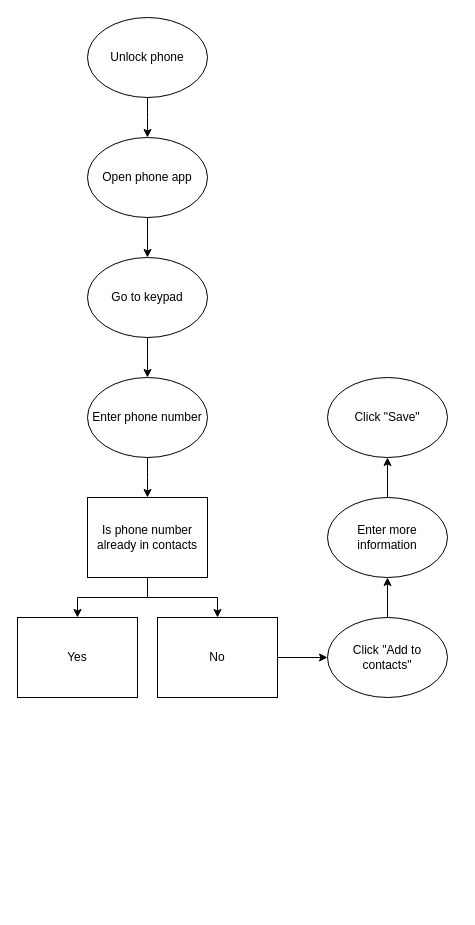
This is 2.1 Flowchart.drawio from Captain-Shady-Air/Flowcharts, a draw.io file, before an edit. Source tidied: cells renumbered, new cells numbered last; positions are measured from the earlier drawing's top-left corner, leaving out a move shared by most shapes. Both pictures are drawn from the tidied source at 100%, with x=0, y=0 at pixel (17, 17).
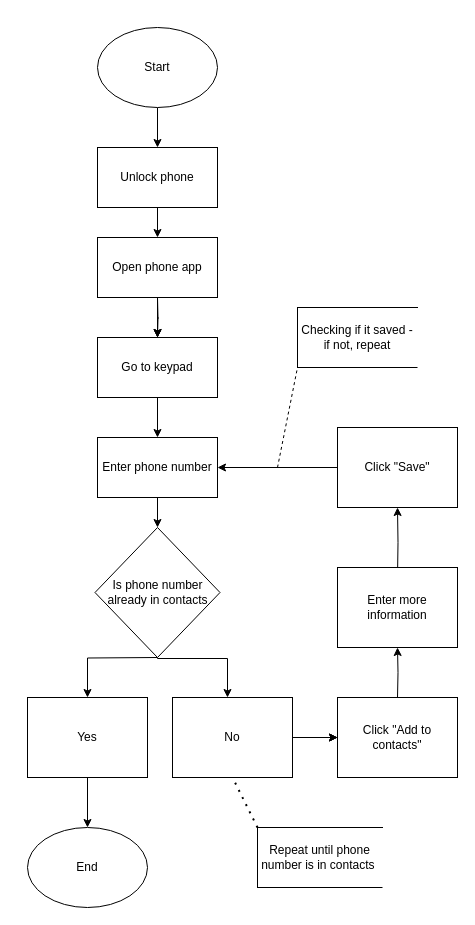
The same diagram, later.

The edit, as a diff of the source:
```diff
@@
-    <mxCell id="2" style="edgeStyle=orthogonalEdgeStyle;rounded=0;jettySize=auto;html=1;" parent="1" edge="1" source="3">
+    <mxCell id="2" style="edgeStyle=orthogonalEdgeStyle;rounded=0;jettySize=auto;html=1;entryX=0.5;entryY=0;entryDx=0;entryDy=0;" parent="1" edge="1" target="5">
       <mxGeometry relative="1" as="geometry">
-        <mxPoint x="130" y="120" as="targetPoint" />
+        <mxPoint x="140" y="190" as="sourcePoint" />
       </mxGeometry>
     </mxCell>
-    <mxCell id="3" value="Unlock phone" style="ellipse;whiteSpace=wrap;html=1;" parent="1" vertex="1">
-      <mxGeometry x="70" width="120" height="80" as="geometry" />
-    </mxCell>
-    <mxCell id="4" style="edgeStyle=orthogonalEdgeStyle;rounded=0;jettySize=auto;html=1;" parent="1" edge="1" source="5" target="7">
-      <mxGeometry relative="1" as="geometry" />
+    <mxCell id="4" style="edgeStyle=orthogonalEdgeStyle;rounded=0;orthogonalLoop=1;jettySize=auto;html=1;" parent="1" edge="1">
+      <mxGeometry relative="1" as="geometry">
+        <mxPoint x="140" y="280" as="sourcePoint" />
+        <mxPoint x="140" y="320" as="targetPoint" />
+      </mxGeometry>
     </mxCell>
+    <mxCell id="21" style="edgeStyle=orthogonalEdgeStyle;rounded=0;jettySize=auto;html=1;" parent="1" edge="1" target="5">
+      <mxGeometry relative="1" as="geometry">
+        <mxPoint x="140" y="280" as="sourcePoint" />
+      </mxGeometry>
+    </mxCell>
+    <mxCell id="10" style="edgeStyle=orthogonalEdgeStyle;rounded=0;jettySize=auto;html=1;" parent="1" edge="1" target="13">
+      <mxGeometry relative="1" as="geometry">
+        <mxPoint x="140" y="640" as="sourcePoint" />
+      </mxGeometry>
+    </mxCell>
+    <mxCell id="11" style="edgeStyle=orthogonalEdgeStyle;rounded=0;jettySize=auto;html=1;" parent="1" edge="1" target="15">
+      <mxGeometry relative="1" as="geometry">
+        <mxPoint x="140" y="640" as="sourcePoint" />
+        <Array as="points">
+          <mxPoint x="140" y="641" />
+          <mxPoint x="210" y="641" />
+        </Array>
+      </mxGeometry>
+    </mxCell>
+    <mxCell id="22" style="edgeStyle=orthogonalEdgeStyle;rounded=0;jettySize=auto;html=1;entryX=0.5;entryY=0;entryDx=0;entryDy=0;" parent="1" edge="1" source="13" target="31">
+      <mxGeometry relative="1" as="geometry" />
+    </mxCell>
+    <mxCell id="13" value="Yes" style="whiteSpace=wrap;html=1;rounded=0;" parent="1" vertex="1">
+      <mxGeometry x="10" y="680" width="120" height="80" as="geometry" />
+    </mxCell>
+    <mxCell id="14" style="edgeStyle=orthogonalEdgeStyle;rounded=0;jettySize=auto;html=1;" parent="1" edge="1" source="15">
+      <mxGeometry relative="1" as="geometry">
+        <mxPoint x="320" y="720" as="targetPoint" />
+      </mxGeometry>
+    </mxCell>
+    <mxCell id="23" style="edgeStyle=orthogonalEdgeStyle;rounded=0;jettySize=auto;html=1;" parent="1" edge="1" source="15">
+      <mxGeometry relative="1" as="geometry">
+        <mxPoint x="320" y="720" as="targetPoint" />
+      </mxGeometry>
+    </mxCell>
+    <mxCell id="24" style="edgeStyle=orthogonalEdgeStyle;rounded=0;jettySize=auto;html=1;" parent="1" edge="1" source="15" target="17">
+      <mxGeometry relative="1" as="geometry" />
+    </mxCell>
+    <mxCell id="15" value="No" style="whiteSpace=wrap;html=1;rounded=0;" parent="1" vertex="1">
+      <mxGeometry x="155" y="680" width="120" height="80" as="geometry" />
+    </mxCell>
+    <mxCell id="16" style="edgeStyle=orthogonalEdgeStyle;rounded=0;jettySize=auto;html=1;" parent="1" edge="1" target="19">
+      <mxGeometry relative="1" as="geometry">
+        <mxPoint x="380" y="680" as="sourcePoint" />
+      </mxGeometry>
+    </mxCell>
+    <mxCell id="18" style="edgeStyle=orthogonalEdgeStyle;rounded=0;jettySize=auto;html=1;entryX=0.5;entryY=1;entryDx=0;entryDy=0;" parent="1" edge="1" target="20">
+      <mxGeometry relative="1" as="geometry">
+        <mxPoint x="380" y="560" as="sourcePoint" />
+      </mxGeometry>
+    </mxCell>
+    <mxCell id="25" style="edgeStyle=orthogonalEdgeStyle;rounded=0;jettySize=auto;html=1;" parent="1" edge="1" source="5">
+      <mxGeometry relative="1" as="geometry">
+        <mxPoint x="140" y="320" as="targetPoint" />
+      </mxGeometry>
+    </mxCell>
+    <mxCell id="26" style="edgeStyle=orthogonalEdgeStyle;rounded=0;jettySize=auto;html=1;" parent="1" edge="1" source="5" target="7">
+      <mxGeometry relative="1" as="geometry" />
+    </mxCell>
-    <mxCell id="5" value="Open phone app" style="ellipse;whiteSpace=wrap;html=1;" parent="1" vertex="1">
-      <mxGeometry x="70" y="120" width="120" height="80" as="geometry" />
+    <mxCell id="5" value="Open phone app" style="whiteSpace=wrap;html=1;" parent="1" vertex="1">
+      <mxGeometry x="80" y="220" width="120" height="60" as="geometry" />
     </mxCell>
@@
-    <mxCell id="7" value="Go to keypad" style="ellipse;whiteSpace=wrap;html=1;" parent="1" vertex="1">
-      <mxGeometry x="70" y="240" width="120" height="80" as="geometry" />
+    <mxCell id="7" value="Go to keypad" style="whiteSpace=wrap;html=1;" parent="1" vertex="1">
+      <mxGeometry x="80" y="320" width="120" height="60" as="geometry" />
     </mxCell>
-    <mxCell id="8" style="edgeStyle=orthogonalEdgeStyle;rounded=0;jettySize=auto;html=1;" parent="1" edge="1" source="9">
-      <mxGeometry relative="1" as="geometry">
-        <mxPoint x="130" y="480" as="targetPoint" />
-      </mxGeometry>
-    </mxCell>
+    <mxCell id="27" style="edgeStyle=orthogonalEdgeStyle;rounded=0;jettySize=auto;html=1;" parent="1" edge="1" source="9" target="12">
+      <mxGeometry relative="1" as="geometry" />
+    </mxCell>
-    <mxCell id="9" value="Enter phone number" style="ellipse;whiteSpace=wrap;html=1;" parent="1" vertex="1">
-      <mxGeometry x="70" y="360" width="120" height="80" as="geometry" />
+    <mxCell id="9" value="Enter phone number" style="whiteSpace=wrap;html=1;" parent="1" vertex="1">
+      <mxGeometry x="80" y="420" width="120" height="60" as="geometry" />
     </mxCell>
-    <mxCell id="10" style="edgeStyle=orthogonalEdgeStyle;rounded=0;jettySize=auto;html=1;" parent="1" edge="1" source="12" target="13">
-      <mxGeometry relative="1" as="geometry" />
-    </mxCell>
-    <mxCell id="11" style="edgeStyle=orthogonalEdgeStyle;rounded=0;jettySize=auto;html=1;" parent="1" edge="1" source="12" target="15">
-      <mxGeometry relative="1" as="geometry" />
-    </mxCell>
-    <mxCell id="12" value="Is phone number already in contacts" style="rounded=0;whiteSpace=wrap;html=1;" parent="1" vertex="1">
-      <mxGeometry x="70" y="480" width="120" height="80" as="geometry" />
+    <mxCell id="12" value="Is phone number already in contacts" style="rhombus;whiteSpace=wrap;html=1;" parent="1" vertex="1">
+      <mxGeometry x="77.5" y="510" width="125" height="130" as="geometry" />
     </mxCell>
-    <mxCell id="13" value="Yes" style="whiteSpace=wrap;html=1;rounded=0;" parent="1" vertex="1">
-      <mxGeometry y="600" width="120" height="80" as="geometry" />
-    </mxCell>
-    <mxCell id="14" style="edgeStyle=orthogonalEdgeStyle;rounded=0;jettySize=auto;html=1;" parent="1" edge="1" source="15" target="17">
-      <mxGeometry relative="1" as="geometry" />
-    </mxCell>
-    <mxCell id="15" value="No" style="whiteSpace=wrap;html=1;rounded=0;" parent="1" vertex="1">
-      <mxGeometry x="140" y="600" width="120" height="80" as="geometry" />
-    </mxCell>
-    <mxCell id="16" style="edgeStyle=orthogonalEdgeStyle;rounded=0;jettySize=auto;html=1;" parent="1" edge="1" source="17" target="19">
-      <mxGeometry relative="1" as="geometry" />
-    </mxCell>
-    <mxCell id="17" value="Click &quot;Add to contacts&quot;" style="ellipse;whiteSpace=wrap;html=1;rounded=0;" parent="1" vertex="1">
-      <mxGeometry x="310" y="600" width="120" height="80" as="geometry" />
+    <mxCell id="17" value="Click &quot;Add to contacts&quot;" style="whiteSpace=wrap;html=1;rounded=0;" parent="1" vertex="1">
+      <mxGeometry x="320" y="680" width="120" height="80" as="geometry" />
     </mxCell>
-    <mxCell id="18" style="edgeStyle=orthogonalEdgeStyle;rounded=0;jettySize=auto;html=1;" parent="1" edge="1" source="19" target="20">
-      <mxGeometry relative="1" as="geometry" />
-    </mxCell>
-    <mxCell id="19" value="Enter more information" style="ellipse;whiteSpace=wrap;html=1;rounded=0;" parent="1" vertex="1">
-      <mxGeometry x="310" y="480" width="120" height="80" as="geometry" />
+    <mxCell id="19" value="Enter more information" style="whiteSpace=wrap;html=1;rounded=0;" parent="1" vertex="1">
+      <mxGeometry x="320" y="550" width="120" height="80" as="geometry" />
     </mxCell>
+    <mxCell id="28" style="edgeStyle=orthogonalEdgeStyle;rounded=0;jettySize=auto;html=1;entryX=1;entryY=0.5;entryDx=0;entryDy=0;" parent="1" edge="1" source="20" target="9">
+      <mxGeometry relative="1" as="geometry" />
+    </mxCell>
-    <mxCell id="20" value="Click &quot;Save&quot;" style="ellipse;whiteSpace=wrap;html=1;rounded=0;" parent="1" vertex="1">
-      <mxGeometry x="310" y="360" width="120" height="80" as="geometry" />
+    <mxCell id="20" value="Click &quot;Save&quot;" style="whiteSpace=wrap;html=1;rounded=0;" parent="1" vertex="1">
+      <mxGeometry x="320" y="410" width="120" height="80" as="geometry" />
     </mxCell>
+    <mxCell id="3" value="Unlock phone" style="rounded=0;whiteSpace=wrap;html=1;" parent="1" vertex="1">
+      <mxGeometry x="80" y="130" width="120" height="60" as="geometry" />
+    </mxCell>
+    <mxCell id="29" style="edgeStyle=orthogonalEdgeStyle;rounded=0;jettySize=auto;html=1;entryX=0.5;entryY=0;entryDx=0;entryDy=0;" parent="1" edge="1" source="30" target="3">
+      <mxGeometry relative="1" as="geometry" />
+    </mxCell>
+    <mxCell id="30" value="Start" style="ellipse;whiteSpace=wrap;html=1;" parent="1" vertex="1">
+      <mxGeometry x="80" y="10" width="120" height="80" as="geometry" />
+    </mxCell>
+    <mxCell id="31" value="End" style="ellipse;whiteSpace=wrap;html=1;" parent="1" vertex="1">
+      <mxGeometry x="10" y="810" width="120" height="80" as="geometry" />
+    </mxCell>
+    <mxCell id="32" style="endArrow=none;dashed=1;html=1;rounded=0;entryX=0;entryY=1;entryDx=0;entryDy=0;" parent="1" edge="1" target="33">
+      <mxGeometry relative="1" as="geometry">
+        <mxPoint x="260" y="450" as="sourcePoint" />
+      </mxGeometry>
+    </mxCell>
+    <mxCell id="33" value="Checking if it saved - if not, repeat" style="shape=partialRectangle;whiteSpace=wrap;html=1;bottom=0;right=0;fillColor=none;" parent="1" vertex="1">
+      <mxGeometry x="280" y="290" width="120" height="60" as="geometry" />
+    </mxCell>
+    <mxCell id="34" style="endArrow=none;html=1;rounded=0;exitX=0;exitY=1;exitDx=0;exitDy=0;entryX=1;entryY=1;entryDx=0;entryDy=0;" parent="1" edge="1" source="33" target="33">
+      <mxGeometry relative="1" as="geometry" />
+    </mxCell>
+    <mxCell id="35" style="endArrow=none;dashed=1;html=1;dashPattern=1 3;strokeWidth=2;rounded=0;entryX=0.5;entryY=1;entryDx=0;entryDy=0;exitX=0;exitY=0;exitDx=0;exitDy=0;" parent="1" edge="1" source="36" target="15">
+      <mxGeometry relative="1" as="geometry" />
+    </mxCell>
+    <mxCell id="36" value="Repeat until phone number is in contacts&amp;nbsp;" style="shape=partialRectangle;whiteSpace=wrap;html=1;bottom=0;right=0;fillColor=none;" parent="1" vertex="1">
+      <mxGeometry x="240" y="810" width="125" height="60" as="geometry" />
+    </mxCell>
+    <mxCell id="37" style="endArrow=none;html=1;rounded=0;exitX=0;exitY=1;exitDx=0;exitDy=0;entryX=1;entryY=1;entryDx=0;entryDy=0;" parent="1" edge="1" source="36" target="36">
+      <mxGeometry relative="1" as="geometry" />
+    </mxCell>
```
